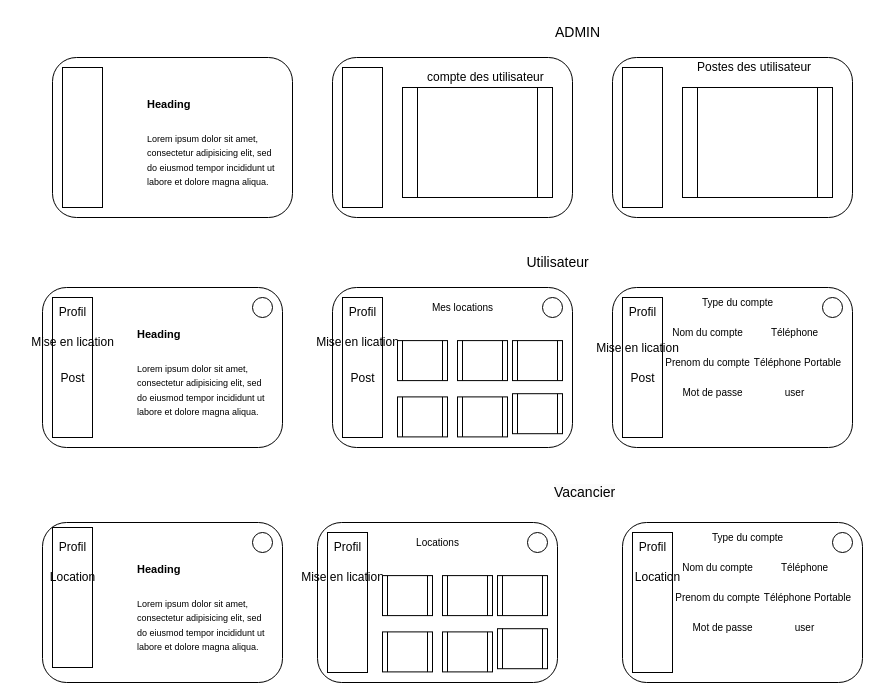
Damien-Codes/Projet1BTS keeps this draw.io diagram as Projet 1 BTS SIO.drawio. Above is the earlier version. Source tidied: cells renumbered, new cells numbered last; positions are measured from the earlier drawing's top-left corner, leaving out a move shared by most shapes. Both pictures are drawn from the tidied source at 100%, with x=0, y=0 at pixel (17, 17).
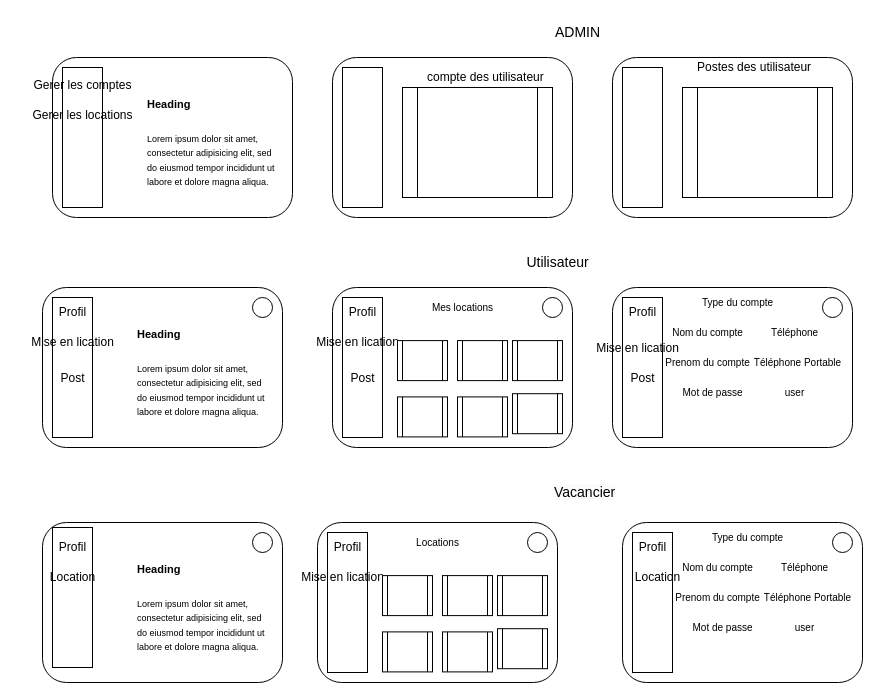
The same diagram, later.

The edit, as a diff of the source:
```diff
@@
+    <mxCell id="79" value="Gerer les comptes" style="text;html=1;align=center;verticalAlign=middle;strokeColor=none;fillColor=none;" parent="1" vertex="1">
+      <mxGeometry x="5" y="52.5" width="120" height="30" as="geometry" />
+    </mxCell>
+    <mxCell id="80" value="Gerer les locations" style="text;html=1;align=center;verticalAlign=middle;strokeColor=none;fillColor=none;" parent="1" vertex="1">
+      <mxGeometry x="5" y="82.5" width="120" height="30" as="geometry" />
+    </mxCell>
```
